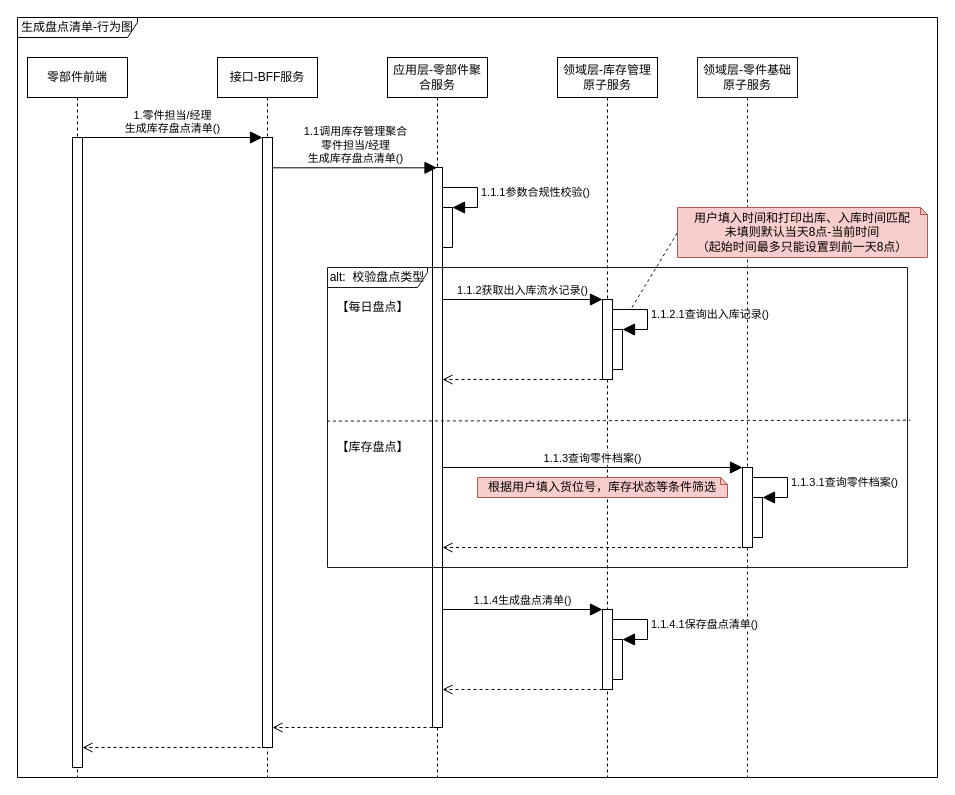
Above: page "生成盘点清单行为图" (2 of 6) of 库存管理-库存盘点.drawio in 1132489442/gitRepository1 (draw.io), before the change. Source tidied: cells renumbered, new cells numbered last; positions are measured from the earlier drawing's top-left corner, leaving out a move shared by most shapes. Both pictures are drawn from the tidied source at 100%, with x=0, y=0 at pixel (17, 17).
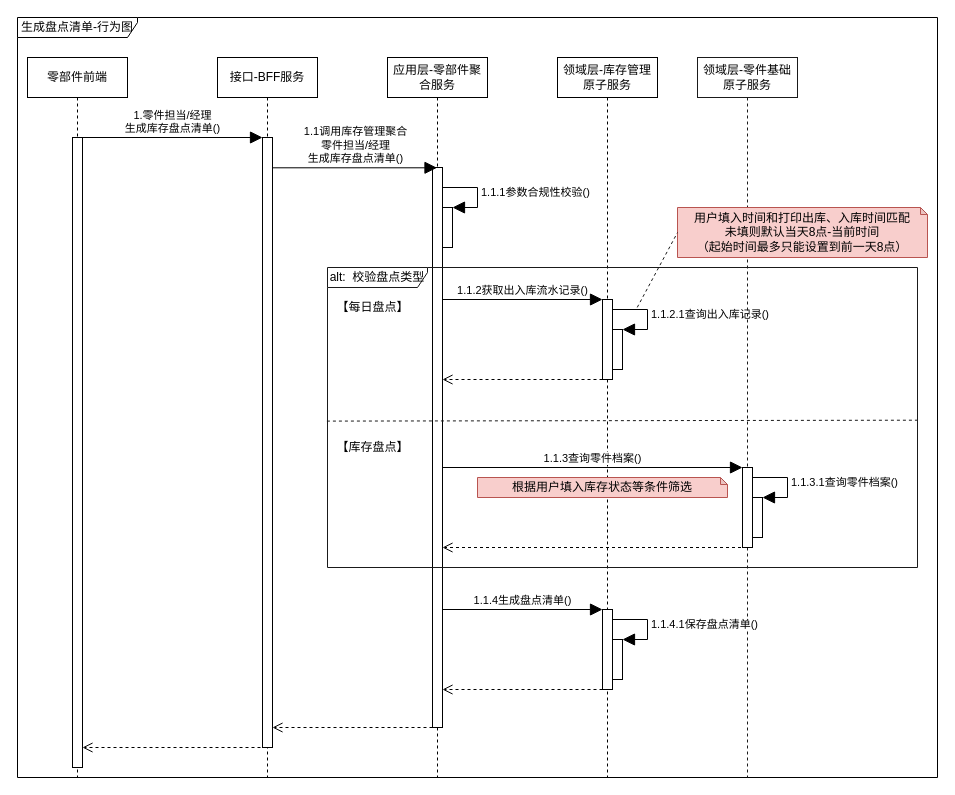
The same diagram, later.

Diff of the diagram source:
```diff
@@
     <mxCell id="32" value="alt:&amp;nbsp; 校验盘点类型" style="shape=umlFrame;whiteSpace=wrap;html=1;strokeColor=#1A1A1A;fillColor=#FFFFFF;width=100;height=20;" parent="1" vertex="1">
-      <mxGeometry x="310" y="250" width="580" height="300" as="geometry" />
+      <mxGeometry x="310" y="250" width="590" height="300" as="geometry" />
     </mxCell>
-    <mxCell id="33" style="endArrow=none;html=1;rounded=0;endSize=6;targetPerimeterSpacing=-1;strokeColor=#1A1A1A;entryX=1.005;entryY=0.509;entryDx=0;entryDy=0;entryPerimeter=0;exitX=-0.001;exitY=0.512;exitDx=0;exitDy=0;exitPerimeter=0;dashed=1;" parent="1" edge="1" source="32" target="32">
+    <mxCell id="33" style="endArrow=none;html=1;rounded=0;endSize=6;targetPerimeterSpacing=-1;strokeColor=#1A1A1A;entryX=1.002;entryY=0.509;entryDx=0;entryDy=0;entryPerimeter=0;exitX=-0.001;exitY=0.512;exitDx=0;exitDy=0;exitPerimeter=0;dashed=1;" parent="1" edge="1" source="32" target="32">
       <mxGeometry relative="1" as="geometry" />
     </mxCell>
@@
-    <mxCell id="38" value="根据用户填入货位号，库存状态等条件筛选" style="shape=note;whiteSpace=wrap;html=1;backgroundOutline=1;darkOpacity=0.05;strokeColor=#b85450;fillColor=#f8cecc;size=7;" parent="1" vertex="1">
+    <mxCell id="38" value="根据用户填入库存状态等条件筛选" style="shape=note;whiteSpace=wrap;html=1;backgroundOutline=1;darkOpacity=0.05;strokeColor=#b85450;fillColor=#f8cecc;size=7;" parent="1" vertex="1">
       <mxGeometry x="460" y="460" width="250" height="20" as="geometry" />
     </mxCell>
```
